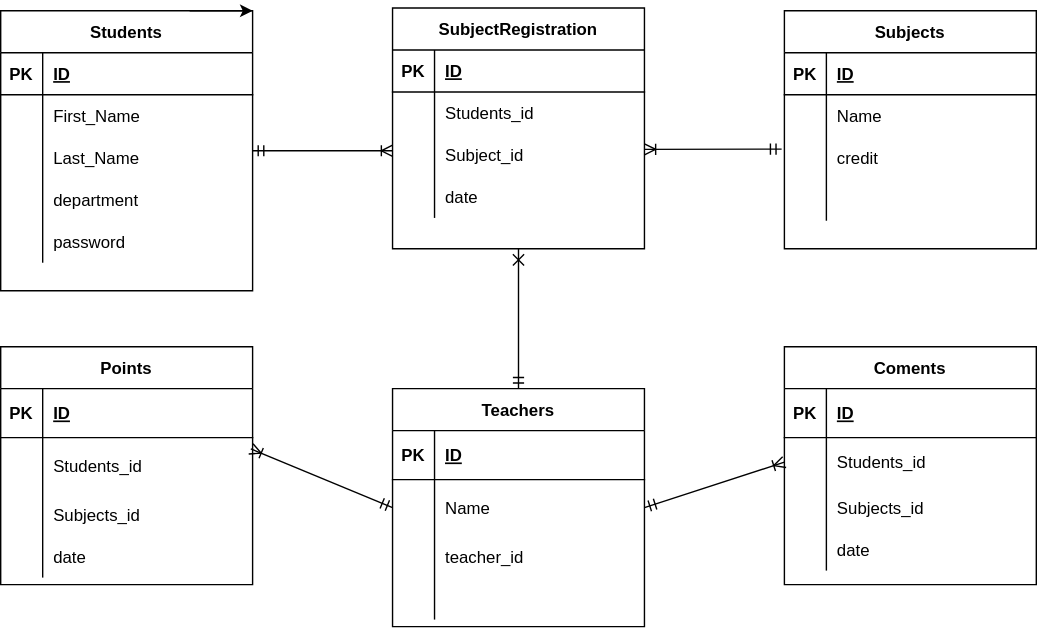
The draw.io diagram index.drawio.svg in nsbn65/20221013saito, before a commit. Source tidied: cells renumbered, new cells last; positions are measured from the earlier drawing's top-left corner, leaving out a move shared by most shapes.
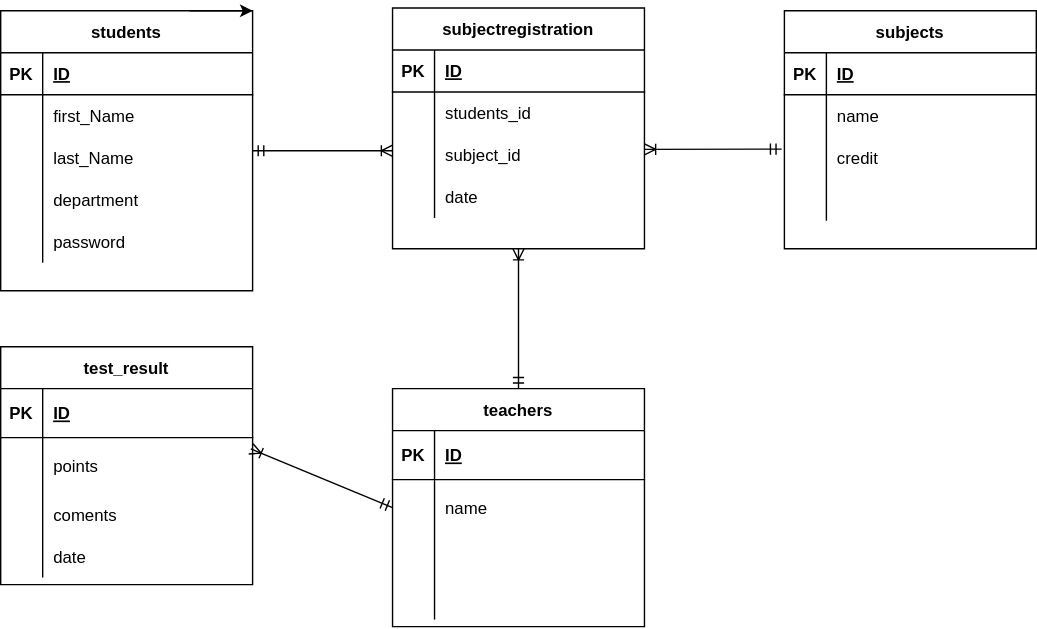
Above is the later version.

Change to the diagram source:
```diff
@@ -2,7 +2,7 @@
   <root>
     <mxCell id="0" />
     <mxCell id="1" parent="0" />
-    <mxCell id="2" value="Students" style="shape=table;startSize=30;rowLines=0;fontStyle=1;align=center;" parent="1" vertex="1">
+    <mxCell id="2" value="students" style="shape=table;startSize=30;rowLines=0;fontStyle=1;align=center;" parent="1" vertex="1">
       <mxGeometry y="2" width="180" height="200" as="geometry" />
     </mxCell>
     <mxCell id="3" style="shape=partialRectangle;fillColor=none;top=0;left=0;bottom=1;right=0;" parent="2" vertex="1">
@@ -20,7 +20,7 @@
     <mxCell id="7" style="shape=partialRectangle;fillColor=none;top=0;left=0;bottom=0;right=0;overflow=hidden;" parent="6" vertex="1">
       <mxGeometry width="30" height="30" as="geometry" />
     </mxCell>
-    <mxCell id="8" value="First_Name" style="shape=partialRectangle;fillColor=none;top=0;left=0;bottom=0;right=0;align=left;spacingLeft=6;overflow=hidden;" parent="6" vertex="1">
+    <mxCell id="8" value="first_Name" style="shape=partialRectangle;fillColor=none;top=0;left=0;bottom=0;right=0;align=left;spacingLeft=6;overflow=hidden;" parent="6" vertex="1">
       <mxGeometry x="30" width="150" height="30" as="geometry" />
     </mxCell>
     <mxCell id="9" style="shape=partialRectangle;fillColor=none;top=0;left=0;bottom=0;right=0;" parent="2" vertex="1">
@@ -29,7 +29,7 @@
     <mxCell id="10" style="shape=partialRectangle;fillColor=none;top=0;left=0;bottom=0;right=0;overflow=hidden;" parent="9" vertex="1">
       <mxGeometry width="30" height="30" as="geometry" />
     </mxCell>
-    <mxCell id="11" value="Last_Name" style="shape=partialRectangle;fillColor=none;top=0;left=0;bottom=0;right=0;align=left;spacingLeft=6;overflow=hidden;" parent="9" vertex="1">
+    <mxCell id="11" value="last_Name" style="shape=partialRectangle;fillColor=none;top=0;left=0;bottom=0;right=0;align=left;spacingLeft=6;overflow=hidden;" parent="9" vertex="1">
       <mxGeometry x="30" width="150" height="30" as="geometry" />
     </mxCell>
     <mxCell id="12" style="shape=partialRectangle;fillColor=none;top=0;left=0;bottom=0;right=0;" parent="2" vertex="1">
@@ -50,7 +50,7 @@
     <mxCell id="17" value="password" style="shape=partialRectangle;fillColor=none;top=0;left=0;bottom=0;right=0;align=left;spacingLeft=6;overflow=hidden;" parent="15" vertex="1">
       <mxGeometry x="30" width="150" height="30" as="geometry" />
     </mxCell>
-    <mxCell id="18" value="Subjects" style="shape=table;startSize=30;rowLines=0;fontStyle=1;align=center;" parent="1" vertex="1">
+    <mxCell id="18" value="subjects" style="shape=table;startSize=30;rowLines=0;fontStyle=1;align=center;" parent="1" vertex="1">
       <mxGeometry x="560" y="2" width="180" height="170" as="geometry" />
     </mxCell>
     <mxCell id="19" style="shape=partialRectangle;fillColor=none;top=0;left=0;bottom=1;right=0;" parent="18" vertex="1">
@@ -68,7 +68,7 @@
     <mxCell id="23" style="shape=partialRectangle;fillColor=none;top=0;left=0;bottom=0;right=0;overflow=hidden;" parent="22" vertex="1">
       <mxGeometry width="30" height="30" as="geometry" />
     </mxCell>
-    <mxCell id="24" value="Name" style="shape=partialRectangle;fillColor=none;top=0;left=0;bottom=0;right=0;align=left;spacingLeft=6;overflow=hidden;" parent="22" vertex="1">
+    <mxCell id="24" value="name" style="shape=partialRectangle;fillColor=none;top=0;left=0;bottom=0;right=0;align=left;spacingLeft=6;overflow=hidden;" parent="22" vertex="1">
       <mxGeometry x="30" width="150" height="30" as="geometry" />
     </mxCell>
     <mxCell id="25" style="shape=partialRectangle;fillColor=none;top=0;left=0;bottom=0;right=0;points=[[0,0.5],[1,0.5]];portConstraint=eastwest;" parent="18" vertex="1">
@@ -92,10 +92,10 @@
     <mxCell id="31" style="edgeStyle=none;html=1;exitX=0.75;exitY=0;exitDx=0;exitDy=0;entryX=1;entryY=0;entryDx=0;entryDy=0;" parent="1" edge="1" source="2" target="2">
       <mxGeometry relative="1" as="geometry" />
     </mxCell>
-    <mxCell id="32" style="edgeStyle=none;html=1;exitX=0.5;exitY=1;exitDx=0;exitDy=0;entryX=0.5;entryY=0;entryDx=0;entryDy=0;startArrow=cross;startFill=0;endArrow=ERmandOne;endFill=0;" parent="1" edge="1" source="33" target="76">
+    <mxCell id="32" style="edgeStyle=none;html=1;exitX=0.5;exitY=1;exitDx=0;exitDy=0;entryX=0.5;entryY=0;entryDx=0;entryDy=0;startArrow=ERoneToMany;startFill=0;endArrow=ERmandOne;endFill=0;" parent="1" edge="1" source="33" target="76">
       <mxGeometry relative="1" as="geometry" />
     </mxCell>
-    <mxCell id="33" value="SubjectRegistration" style="shape=table;startSize=30;rowLines=0;fontStyle=1;align=center;" parent="1" vertex="1">
+    <mxCell id="33" value="subjectregistration" style="shape=table;startSize=30;rowLines=0;fontStyle=1;align=center;" parent="1" vertex="1">
       <mxGeometry x="280" width="180" height="172" as="geometry" />
     </mxCell>
     <mxCell id="34" style="shape=partialRectangle;fillColor=none;top=0;left=0;bottom=1;right=0;" parent="33" vertex="1">
@@ -113,7 +113,7 @@
     <mxCell id="38" style="shape=partialRectangle;fillColor=none;top=0;left=0;bottom=0;right=0;overflow=hidden;" parent="37" vertex="1">
       <mxGeometry width="30" height="30" as="geometry" />
     </mxCell>
-    <mxCell id="39" value="Students_id" style="shape=partialRectangle;fillColor=none;top=0;left=0;bottom=0;right=0;align=left;spacingLeft=6;overflow=hidden;" parent="37" vertex="1">
+    <mxCell id="39" value="students_id" style="shape=partialRectangle;fillColor=none;top=0;left=0;bottom=0;right=0;align=left;spacingLeft=6;overflow=hidden;" parent="37" vertex="1">
       <mxGeometry x="30" width="150" height="30" as="geometry" />
     </mxCell>
     <mxCell id="40" style="shape=partialRectangle;fillColor=none;top=0;left=0;bottom=0;right=0;" parent="33" vertex="1">
@@ -122,7 +122,7 @@
     <mxCell id="41" style="shape=partialRectangle;fillColor=none;top=0;left=0;bottom=0;right=0;overflow=hidden;" parent="40" vertex="1">
       <mxGeometry width="30" height="30" as="geometry" />
     </mxCell>
-    <mxCell id="42" value="Subject_id" style="shape=partialRectangle;fillColor=none;top=0;left=0;bottom=0;right=0;align=left;spacingLeft=6;overflow=hidden;" parent="40" vertex="1">
+    <mxCell id="42" value="subject_id" style="shape=partialRectangle;fillColor=none;top=0;left=0;bottom=0;right=0;align=left;spacingLeft=6;overflow=hidden;" parent="40" vertex="1">
       <mxGeometry x="30" width="150" height="30" as="geometry" />
     </mxCell>
     <mxCell id="43" style="shape=partialRectangle;fillColor=none;top=0;left=0;bottom=0;right=0;" parent="33" vertex="1">
@@ -148,46 +148,7 @@
     <mxCell id="48" style="edgeStyle=none;html=1;startArrow=ERmandOne;startFill=0;endArrow=ERoneToMany;endFill=0;entryX=0.993;entryY=0.2;entryDx=0;entryDy=0;entryPerimeter=0;exitX=0;exitY=0.5;exitDx=0;exitDy=0;" parent="1" edge="1" source="80" target="66">
       <mxGeometry relative="1" as="geometry" />
     </mxCell>
-    <mxCell id="49" value="Coments" style="shape=table;startSize=30;rowLines=0;fontStyle=1;align=center;" parent="1" vertex="1">
-      <mxGeometry x="560" y="242" width="180" height="170" as="geometry" />
-    </mxCell>
-    <mxCell id="50" style="shape=partialRectangle;fillColor=none;top=0;left=0;bottom=1;right=0;" parent="49" vertex="1">
-      <mxGeometry y="30" width="180" height="35" as="geometry" />
-    </mxCell>
-    <mxCell id="51" value="PK" style="shape=partialRectangle;fillColor=none;top=0;left=0;bottom=0;right=0;fontStyle=1;overflow=hidden;" parent="50" vertex="1">
-      <mxGeometry width="30" height="35" as="geometry" />
-    </mxCell>
-    <mxCell id="52" value="ID" style="shape=partialRectangle;fillColor=none;top=0;left=0;bottom=0;right=0;align=left;spacingLeft=6;fontStyle=5;overflow=hidden;" parent="50" vertex="1">
-      <mxGeometry x="30" width="150" height="35" as="geometry" />
-    </mxCell>
-    <mxCell id="53" style="shape=partialRectangle;fillColor=none;top=0;left=0;bottom=0;right=0;points=[[0,0.5],[1,0.5]];portConstraint=eastwest;" parent="49" vertex="1">
-      <mxGeometry y="65" width="180" height="35" as="geometry" />
-    </mxCell>
-    <mxCell id="54" style="shape=partialRectangle;fillColor=none;top=0;left=0;bottom=0;right=0;overflow=hidden;" parent="53" vertex="1">
-      <mxGeometry width="30" height="35" as="geometry" />
-    </mxCell>
-    <mxCell id="55" value="Students_id" style="shape=partialRectangle;fillColor=none;top=0;left=0;bottom=0;right=0;align=left;spacingLeft=6;overflow=hidden;" parent="53" vertex="1">
-      <mxGeometry x="30" width="150" height="35" as="geometry" />
-    </mxCell>
-    <mxCell id="56" style="shape=partialRectangle;fillColor=none;top=0;left=0;bottom=0;right=0;" parent="49" vertex="1">
-      <mxGeometry y="100" width="180" height="30" as="geometry" />
-    </mxCell>
-    <mxCell id="57" style="shape=partialRectangle;fillColor=none;top=0;left=0;bottom=0;right=0;overflow=hidden;" parent="56" vertex="1">
-      <mxGeometry width="30" height="30" as="geometry" />
-    </mxCell>
-    <mxCell id="58" value="Subjects_id" style="shape=partialRectangle;fillColor=none;top=0;left=0;bottom=0;right=0;align=left;spacingLeft=6;overflow=hidden;" parent="56" vertex="1">
-      <mxGeometry x="30" width="150" height="30" as="geometry" />
-    </mxCell>
-    <mxCell id="59" style="shape=partialRectangle;fillColor=none;top=0;left=0;bottom=0;right=0;" parent="49" vertex="1">
-      <mxGeometry y="130" width="180" height="30" as="geometry" />
-    </mxCell>
-    <mxCell id="60" style="shape=partialRectangle;fillColor=none;top=0;left=0;bottom=0;right=0;overflow=hidden;" parent="59" vertex="1">
-      <mxGeometry width="30" height="30" as="geometry" />
-    </mxCell>
-    <mxCell id="61" value="date" style="shape=partialRectangle;fillColor=none;top=0;left=0;bottom=0;right=0;align=left;spacingLeft=6;overflow=hidden;" parent="59" vertex="1">
-      <mxGeometry x="30" width="150" height="30" as="geometry" />
-    </mxCell>
-    <mxCell id="62" value="Points" style="shape=table;startSize=30;rowLines=0;fontStyle=1;align=center;" parent="1" vertex="1">
+    <mxCell id="62" value="test_result" style="shape=table;startSize=30;rowLines=0;fontStyle=1;align=center;" parent="1" vertex="1">
       <mxGeometry y="242" width="180" height="170" as="geometry" />
     </mxCell>
     <mxCell id="63" style="shape=partialRectangle;fillColor=none;top=0;left=0;bottom=1;right=0;" parent="62" vertex="1">
@@ -205,7 +166,7 @@
     <mxCell id="67" style="shape=partialRectangle;fillColor=none;top=0;left=0;bottom=0;right=0;overflow=hidden;" parent="66" vertex="1">
       <mxGeometry width="30" height="40" as="geometry" />
     </mxCell>
-    <mxCell id="68" value="Students_id" style="shape=partialRectangle;fillColor=none;top=0;left=0;bottom=0;right=0;align=left;spacingLeft=6;overflow=hidden;" parent="66" vertex="1">
+    <mxCell id="68" value="points" style="shape=partialRectangle;fillColor=none;top=0;left=0;bottom=0;right=0;align=left;spacingLeft=6;overflow=hidden;" parent="66" vertex="1">
       <mxGeometry x="30" width="150" height="40" as="geometry" />
     </mxCell>
     <mxCell id="69" style="shape=partialRectangle;fillColor=none;top=0;left=0;bottom=0;right=0;" parent="62" vertex="1">
@@ -214,7 +175,7 @@
     <mxCell id="70" style="shape=partialRectangle;fillColor=none;top=0;left=0;bottom=0;right=0;overflow=hidden;" parent="69" vertex="1">
       <mxGeometry width="30" height="30" as="geometry" />
     </mxCell>
-    <mxCell id="71" value="Subjects_id" style="shape=partialRectangle;fillColor=none;top=0;left=0;bottom=0;right=0;align=left;spacingLeft=6;overflow=hidden;" parent="69" vertex="1">
+    <mxCell id="71" value="coments" style="shape=partialRectangle;fillColor=none;top=0;left=0;bottom=0;right=0;align=left;spacingLeft=6;overflow=hidden;" parent="69" vertex="1">
       <mxGeometry x="30" width="150" height="30" as="geometry" />
     </mxCell>
     <mxCell id="72" style="shape=partialRectangle;fillColor=none;top=0;left=0;bottom=0;right=0;" parent="62" vertex="1">
@@ -226,10 +187,7 @@
     <mxCell id="74" value="date" style="shape=partialRectangle;fillColor=none;top=0;left=0;bottom=0;right=0;align=left;spacingLeft=6;overflow=hidden;" parent="72" vertex="1">
       <mxGeometry x="30" width="150" height="30" as="geometry" />
     </mxCell>
-    <mxCell id="75" style="edgeStyle=none;html=1;startArrow=ERmandOne;startFill=0;endArrow=ERoneToMany;endFill=0;exitX=1;exitY=0.5;exitDx=0;exitDy=0;entryX=0;entryY=0.5;entryDx=0;entryDy=0;" parent="1" edge="1" source="80" target="53">
-      <mxGeometry relative="1" as="geometry" />
-    </mxCell>
-    <mxCell id="76" value="Teachers" style="shape=table;startSize=30;rowLines=0;fontStyle=1;align=center;" parent="1" vertex="1">
+    <mxCell id="76" value="teachers" style="shape=table;startSize=30;rowLines=0;fontStyle=1;align=center;" parent="1" vertex="1">
       <mxGeometry x="280" y="272" width="180" height="170" as="geometry" />
     </mxCell>
     <mxCell id="77" style="shape=partialRectangle;fillColor=none;top=0;left=0;bottom=1;right=0;" parent="76" vertex="1">
@@ -247,7 +205,7 @@
     <mxCell id="81" style="shape=partialRectangle;fillColor=none;top=0;left=0;bottom=0;right=0;overflow=hidden;" parent="80" vertex="1">
       <mxGeometry width="30" height="40" as="geometry" />
     </mxCell>
-    <mxCell id="82" value="Name" style="shape=partialRectangle;fillColor=none;top=0;left=0;bottom=0;right=0;align=left;spacingLeft=6;overflow=hidden;" parent="80" vertex="1">
+    <mxCell id="82" value="name" style="shape=partialRectangle;fillColor=none;top=0;left=0;bottom=0;right=0;align=left;spacingLeft=6;overflow=hidden;" parent="80" vertex="1">
       <mxGeometry x="30" width="150" height="40" as="geometry" />
     </mxCell>
     <mxCell id="83" style="shape=partialRectangle;fillColor=none;top=0;left=0;bottom=0;right=0;" parent="76" vertex="1">
@@ -256,7 +214,7 @@
     <mxCell id="84" style="shape=partialRectangle;fillColor=none;top=0;left=0;bottom=0;right=0;overflow=hidden;" parent="83" vertex="1">
       <mxGeometry width="30" height="30" as="geometry" />
     </mxCell>
-    <mxCell id="85" value="teacher_id" style="shape=partialRectangle;fillColor=none;top=0;left=0;bottom=0;right=0;align=left;spacingLeft=6;overflow=hidden;" parent="83" vertex="1">
+    <mxCell id="85" style="shape=partialRectangle;fillColor=none;top=0;left=0;bottom=0;right=0;align=left;spacingLeft=6;overflow=hidden;" parent="83" vertex="1">
       <mxGeometry x="30" width="150" height="30" as="geometry" />
     </mxCell>
     <mxCell id="86" style="shape=partialRectangle;fillColor=none;top=0;left=0;bottom=0;right=0;" parent="76" vertex="1">
```
